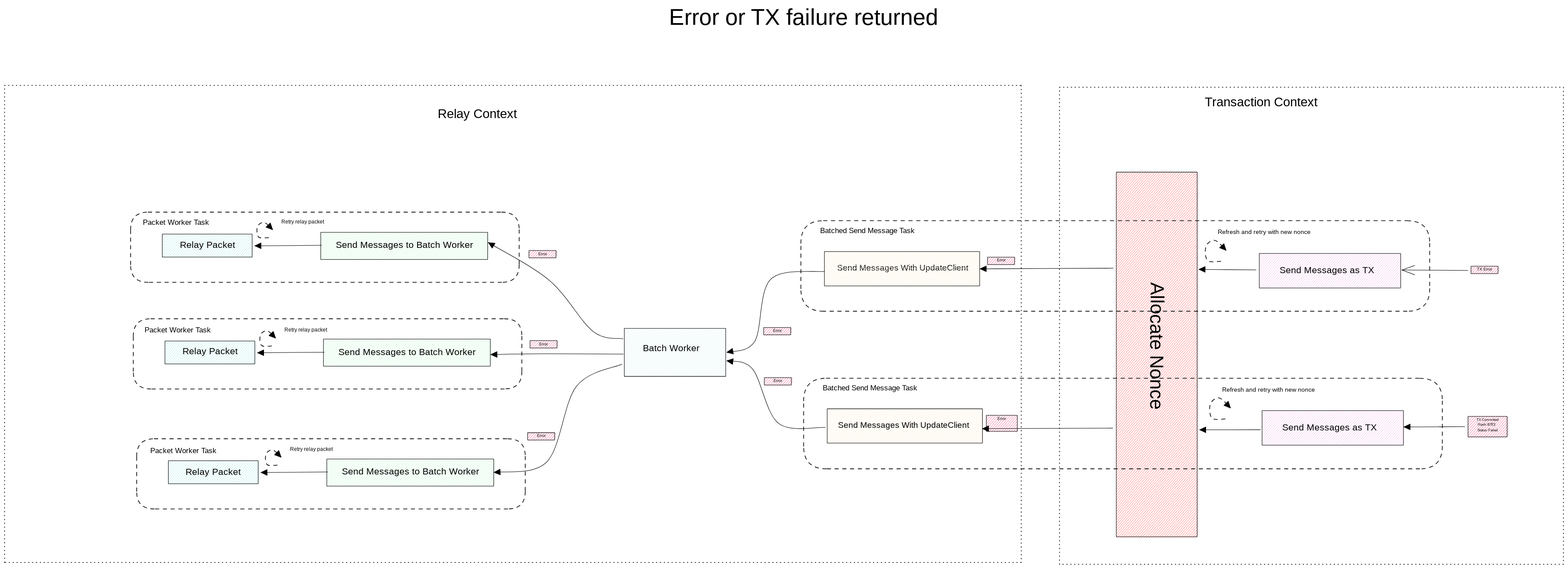
Above: docs/architecture/assets/concurrency-architecture-4.svg in informalsystems/hermes (Excalidraw), before the change. Source tidied: one line per element, renumbered; positions are measured from the earlier drawing's top-left corner, leaving out a move shared by most shapes. Source of this version:
```json
{"id": 0, "type": "rectangle", "strokeColor": "#000000", "backgroundColor": "#e64980", "fillStyle": "hachure", "strokeWidth": 1, "roughness": 0, "x": 1150, "y": 539, "width": 59, "height": 16}
{"id": 1, "type": "rectangle", "strokeColor": "#000000", "backgroundColor": "#e64980", "fillStyle": "hachure", "strokeWidth": 1, "roughness": 0, "x": 1152, "y": 737, "width": 59, "height": 16}
{"id": 2, "type": "rectangle", "strokeColor": "#000000", "backgroundColor": "#e64980", "fillStyle": "hachure", "strokeWidth": 1, "roughness": 0, "x": 1147, "y": 938, "width": 59, "height": 16}
{"id": 3, "type": "rectangle", "strokeColor": "#000000", "backgroundColor": "#e64980", "fillStyle": "hachure", "strokeWidth": 1, "roughness": 0, "x": 1666, "y": 818, "width": 59, "height": 16}
{"id": 4, "type": "rectangle", "strokeColor": "#000000", "backgroundColor": "#e64980", "fillStyle": "hachure", "strokeWidth": 1, "roughness": 0, "x": 1665, "y": 708, "width": 59, "height": 16}
{"id": 5, "type": "rectangle", "strokeColor": "#000000", "backgroundColor": "#e64980", "fillStyle": "hachure", "strokeWidth": 1, "roughness": 0, "x": 2156, "y": 554, "width": 59, "height": 16}
{"id": 6, "type": "rectangle", "strokeColor": "#000000", "backgroundColor": "#e64980", "fillStyle": "hachure", "strokeWidth": 1, "roughness": 0, "x": 2153, "y": 900, "width": 68, "height": 35}
{"id": 7, "type": "rectangle", "strokeColor": "#000000", "backgroundColor": "#e64980", "fillStyle": "hachure", "strokeWidth": 1, "roughness": 0, "x": 3210, "y": 903, "width": 86, "height": 45}
{"id": 8, "type": "rectangle", "strokeColor": "#000000", "backgroundColor": "#e64980", "fillStyle": "hachure", "strokeWidth": 1, "roughness": 0, "x": 3216, "y": 573, "width": 59, "height": 16}
{"id": 9, "type": "rectangle", "strokeColor": "#000000", "backgroundColor": "#eeb5eb", "fillStyle": "hachure", "strokeWidth": 1, "roughness": 0, "x": 2758, "y": 890, "width": 310, "height": 76}
{"id": 10, "type": "rectangle", "strokeColor": "#000000", "backgroundColor": "#eeb5eb", "fillStyle": "hachure", "strokeWidth": 1, "roughness": 0, "x": 2752, "y": 545, "width": 310, "height": 76}
{"id": 11, "type": "rectangle", "strokeColor": "#000000", "backgroundColor": "#fa5252", "fillStyle": "hachure", "strokeWidth": 1, "roughness": 0, "x": 2438, "y": 367, "width": 177, "height": 799}
{"id": 12, "type": "rectangle", "strokeColor": "#000000", "backgroundColor": "#d4f1f4", "fillStyle": "hachure", "strokeWidth": 1, "roughness": 0, "x": 1359, "y": 710, "width": 222, "height": 105}
{"id": 13, "type": "rectangle", "strokeColor": "#000000", "backgroundColor": "#a0e7e5", "fillStyle": "hachure", "strokeWidth": 1, "roughness": 0, "x": 346, "y": 503, "width": 197, "height": 50}
{"id": 14, "type": "rectangle", "strokeColor": "#000000", "backgroundColor": "#a0e7e5", "fillStyle": "hachure", "strokeWidth": 1, "roughness": 0, "x": 352, "y": 737, "width": 197, "height": 50}
{"id": 15, "type": "rectangle", "strokeColor": "#000000", "backgroundColor": "#a0e7e5", "fillStyle": "hachure", "strokeWidth": 1, "roughness": 0, "x": 359, "y": 1000, "width": 197, "height": 50}
{"id": 16, "type": "rectangle", "strokeColor": "#000000", "backgroundColor": "#b4f8c8", "fillStyle": "hachure", "strokeWidth": 1, "roughness": 0, "x": 707, "y": 996, "width": 366, "height": 60}
{"id": 17, "type": "rectangle", "strokeColor": "#000000", "backgroundColor": "#b4f8c8", "fillStyle": "hachure", "strokeWidth": 1, "roughness": 0, "x": 699, "y": 733, "width": 366, "height": 60}
{"id": 18, "type": "rectangle", "strokeColor": "#000000", "backgroundColor": "#b4f8c8", "fillStyle": "hachure", "strokeWidth": 1, "roughness": 0, "x": 693, "y": 499, "width": 366, "height": 60}
{"id": 19, "type": "text", "text": "Relay Context", "strokeColor": "#000000", "strokeWidth": 1, "roughness": 0, "fontSize": 28, "fontFamily": 1, "textAlign": "center", "x": 938, "y": 224, "width": 199, "height": 35}
{"id": 20, "type": "text", "text": "Transaction Context", "strokeColor": "#000000", "strokeWidth": 1, "strokeStyle": "dashed", "roughness": 0, "fontSize": 28, "fontFamily": 1, "textAlign": "center", "x": 2611, "y": 198, "width": 290, "height": 35}
{"id": 21, "type": "text", "text": "Relay Packet", "strokeColor": "#000000", "backgroundColor": "#a0e7e5", "fillStyle": "hachure", "strokeWidth": 1, "strokeStyle": "dashed", "roughness": 0, "fontSize": 20, "fontFamily": 1, "textAlign": "center", "x": 378, "y": 517, "width": 133, "height": 25}
{"id": 22, "type": "text", "text": "Send Messages to Batch Worker", "strokeColor": "#000000", "backgroundColor": "#b4f8c8", "fillStyle": "hachure", "strokeWidth": 1, "roughness": 0, "fontSize": 20, "fontFamily": 1, "textAlign": "center", "x": 715, "y": 517, "width": 324, "height": 25}
{"id": 23, "type": "rectangle", "strokeColor": "#000000", "strokeWidth": 1, "strokeStyle": "dashed", "roughness": 0, "x": 276, "y": 455, "width": 852, "height": 154}
{"id": 24, "type": "arrow", "strokeColor": "#000000", "strokeWidth": 1, "roughness": 0, "startArrowhead": "triangle", "from": 13, "x": 549, "y": 529, "width": 146, "height": 1, "points": [[0, 0], [146, -1]]}
{"id": 25, "type": "text", "text": "Relay Packet", "strokeColor": "#000000", "backgroundColor": "#a0e7e5", "fillStyle": "hachure", "strokeWidth": 1, "strokeStyle": "dashed", "roughness": 0, "fontSize": 20, "fontFamily": 1, "textAlign": "center", "x": 384, "y": 750, "width": 133, "height": 25}
{"id": 26, "type": "text", "text": "Send Messages to Batch Worker", "strokeColor": "#000000", "backgroundColor": "#b4f8c8", "fillStyle": "hachure", "strokeWidth": 1, "roughness": 0, "fontSize": 20, "fontFamily": 1, "textAlign": "center", "x": 721, "y": 751, "width": 324, "height": 25}
{"id": 27, "type": "rectangle", "strokeColor": "#000000", "strokeWidth": 1, "strokeStyle": "dashed", "roughness": 0, "x": 282, "y": 689, "width": 852, "height": 154}
{"id": 28, "type": "arrow", "strokeColor": "#000000", "strokeWidth": 1, "roughness": 0, "startArrowhead": "triangle", "from": 14, "x": 555, "y": 763, "width": 146, "height": 1, "points": [[0, 0], [146, -1]]}
{"id": 29, "type": "text", "text": "Relay Packet", "strokeColor": "#000000", "backgroundColor": "#a0e7e5", "fillStyle": "hachure", "strokeWidth": 1, "strokeStyle": "dashed", "roughness": 0, "fontSize": 20, "fontFamily": 1, "textAlign": "center", "x": 392, "y": 1014, "width": 133, "height": 25}
{"id": 30, "type": "text", "text": "Send Messages to Batch Worker", "strokeColor": "#000000", "backgroundColor": "#b4f8c8", "fillStyle": "hachure", "strokeWidth": 1, "roughness": 0, "fontSize": 20, "fontFamily": 1, "textAlign": "center", "x": 728, "y": 1013, "width": 324, "height": 25}
{"id": 31, "type": "rectangle", "strokeColor": "#000000", "strokeWidth": 1, "strokeStyle": "dashed", "roughness": 0, "x": 290, "y": 952, "width": 852, "height": 154}
{"id": 32, "type": "arrow", "strokeColor": "#000000", "strokeWidth": 1, "roughness": 0, "startArrowhead": "triangle", "from": 15, "x": 562, "y": 1026, "width": 146, "height": 1, "points": [[0, 0], [146, -1]]}
{"id": 33, "type": "text", "text": "Packet Worker Task", "strokeColor": "#000000", "strokeWidth": 1, "roughness": 0, "fontSize": 16, "fontFamily": 1, "textAlign": "center", "x": 294, "y": 469, "width": 164, "height": 20}
{"id": 34, "type": "text", "text": "Packet Worker Task", "strokeColor": "#000000", "strokeWidth": 1, "roughness": 0, "fontSize": 16, "fontFamily": 1, "textAlign": "center", "x": 297, "y": 705, "width": 164, "height": 20}
{"id": 35, "type": "text", "text": "Packet Worker Task", "strokeColor": "#000000", "strokeWidth": 1, "roughness": 0, "fontSize": 16, "fontFamily": 1, "textAlign": "center", "x": 310, "y": 970, "width": 164, "height": 20}
{"id": 36, "type": "text", "text": "Batch Worker", "strokeColor": "#000000", "backgroundColor": "#d4f1f4", "fillStyle": "hachure", "strokeWidth": 1, "roughness": 0, "fontSize": 20, "fontFamily": 1, "textAlign": "center", "x": 1395, "y": 742, "width": 135, "height": 25}
{"id": 37, "type": "arrow", "strokeColor": "#000000", "strokeWidth": 1, "roughness": 0, "startArrowhead": "triangle", "from": 18, "to": 12, "x": 1061, "y": 522, "width": 295, "height": 211, "points": [[0, 0], [134, 83], [229, 194], [295, 211]]}
{"id": 38, "type": "arrow", "strokeColor": "#000000", "strokeWidth": 1, "roughness": 0, "startArrowhead": "triangle", "from": 17, "to": 12, "x": 1067, "y": 767, "width": 291, "height": 2, "points": [[0, 0], [111, -2], [291, -1]]}
{"id": 39, "type": "arrow", "strokeColor": "#000000", "strokeWidth": 1, "roughness": 0, "startArrowhead": "triangle", "from": 16, "to": 12, "x": 1074, "y": 1026, "width": 281, "height": 237, "points": [[0, 0], [116, -24], [180, -188], [281, -237]]}
{"id": 40, "type": "text", "text": "Send Messages With UpdateClient", "strokeColor": "#000000", "backgroundColor": "#fbe7c6", "fillStyle": "hachure", "strokeWidth": 1, "roughness": 0, "fontSize": 17.69, "fontFamily": 1, "textAlign": "center", "x": 1822, "y": 568, "width": 296, "height": 22}
{"id": 41, "type": "rectangle", "strokeColor": "#000000", "backgroundColor": "#fbe7c6", "fillStyle": "hachure", "strokeWidth": 1, "roughness": 0, "x": 1798, "y": 542, "width": 340, "height": 75}
{"id": 42, "type": "rectangle", "strokeColor": "#000000", "strokeWidth": 1, "strokeStyle": "dashed", "roughness": 0, "x": 1746, "y": 474, "width": 1379, "height": 199}
{"id": 43, "type": "rectangle", "strokeColor": "#000000", "strokeWidth": 1, "strokeStyle": "dotted", "roughness": 0, "x": 0, "y": 177, "width": 2230, "height": 1046}
{"id": 44, "type": "text", "text": "Batched Send Message Task", "strokeColor": "#000000", "strokeWidth": 1, "strokeStyle": "dotted", "roughness": 0, "fontSize": 16, "fontFamily": 1, "textAlign": "center", "x": 1776, "y": 487, "width": 232, "height": 20}
{"id": 45, "type": "text", "text": "Allocate Nonce", "strokeColor": "#000000", "angle": 1.58, "backgroundColor": "#ced4da", "fillStyle": "hachure", "strokeWidth": 1, "roughness": 0, "fontSize": 41.55, "fontFamily": 1, "textAlign": "center", "x": 2372, "y": 722, "width": 302, "height": 52}
{"id": 46, "type": "text", "text": "Send Messages as TX", "strokeColor": "#000000", "backgroundColor": "#eeb5eb", "fillStyle": "hachure", "strokeWidth": 1, "roughness": 0, "fontSize": 20, "fontFamily": 1, "textAlign": "center", "x": 2790, "y": 572, "width": 221, "height": 25}
{"id": 47, "type": "rectangle", "strokeColor": "#000000", "backgroundColor": "#fbe7c6", "fillStyle": "hachure", "strokeWidth": 1, "roughness": 0, "x": 1804, "y": 886, "width": 340, "height": 75}
{"id": 48, "type": "rectangle", "strokeColor": "#000000", "strokeWidth": 1, "strokeStyle": "dashed", "roughness": 0, "x": 1753, "y": 819, "width": 1401, "height": 199}
{"id": 49, "type": "text", "text": "Batched Send Message Task", "strokeColor": "#000000", "strokeWidth": 1, "strokeStyle": "dotted", "roughness": 0, "fontSize": 16, "fontFamily": 1, "textAlign": "center", "x": 1782, "y": 832, "width": 232, "height": 20}
{"id": 50, "type": "text", "text": "Send Messages as TX", "strokeColor": "#000000", "backgroundColor": "#eeb5eb", "fillStyle": "hachure", "strokeWidth": 1, "roughness": 0, "fontSize": 20, "fontFamily": 1, "textAlign": "center", "x": 2796, "y": 917, "width": 221, "height": 25}
{"id": 51, "type": "arrow", "strokeColor": "#000000", "strokeWidth": 1, "roughness": 0, "startArrowhead": "triangle", "from": 12, "x": 1584, "y": 762, "width": 214, "height": 178, "points": [[0, 0], [61, -24], [96, -160], [214, -178]]}
{"id": 52, "type": "arrow", "strokeColor": "#000000", "strokeWidth": 1, "roughness": 0, "startArrowhead": "triangle", "from": 12, "to": 47, "x": 1584, "y": 781, "width": 216, "height": 146, "points": [[0, 0], [57, 18], [113, 137], [216, 146]]}
{"id": 53, "type": "arrow", "strokeColor": "#000000", "strokeWidth": 1, "roughness": 0, "startArrowhead": "triangle", "from": 41, "to": 11, "x": 2140, "y": 579, "width": 292, "height": 1, "points": [[0, 0], [292, -1]]}
{"id": 54, "type": "arrow", "strokeColor": "#000000", "strokeWidth": 1, "roughness": 0, "startArrowhead": "triangle", "from": 47, "to": 11, "x": 2145, "y": 930, "width": 286, "height": 1, "points": [[0, 0], [286, -1]]}
{"id": 55, "type": "arrow", "strokeColor": "#000000", "strokeWidth": 1, "roughness": 0, "startArrowhead": "triangle", "from": 11, "to": 10, "x": 2620, "y": 580, "width": 125, "height": 1, "points": [[0, 0], [125, 1]]}
{"id": 56, "type": "arrow", "strokeColor": "#000000", "strokeWidth": 1, "roughness": 0, "startArrowhead": "triangle", "from": 11, "to": 9, "x": 2621, "y": 932, "width": 133, "height": 0, "points": [[0, 0], [133, 0]]}
{"id": 57, "type": "arrow", "strokeColor": "#000000", "strokeWidth": 1, "roughness": 0, "startArrowhead": "arrow", "from": 10, "to": 8, "x": 3065, "y": 582, "width": 145, "height": 1, "points": [[0, 0], [145, 1]]}
{"id": 58, "type": "arrow", "strokeColor": "#000000", "strokeWidth": 1, "roughness": 0, "startArrowhead": "triangle", "from": 9, "to": 7, "x": 3069, "y": 926, "width": 133, "height": 1, "points": [[0, 0], [133, -1]]}
{"id": 59, "type": "text", "text": "TX Error", "strokeColor": "#000000", "strokeWidth": 1, "roughness": 0, "fontSize": 8.7, "fontFamily": 1, "textAlign": "center", "x": 3226, "y": 576, "width": 40, "height": 11}
{"id": 60, "type": "rectangle", "strokeColor": "#000000", "strokeWidth": 1, "strokeStyle": "dotted", "roughness": 0, "x": 2314, "y": 181, "width": 1105, "height": 1046}
{"id": 61, "type": "text", "text": "TX Committed", "strokeColor": "#000000", "strokeWidth": 1, "roughness": 0, "fontSize": 7.84, "fontFamily": 1, "textAlign": "center", "x": 3224, "y": 907, "width": 56, "height": 10}
{"id": 62, "type": "text", "text": "Hash: B7E3", "strokeColor": "#000000", "strokeWidth": 1, "roughness": 0, "fontSize": 7.84, "fontFamily": 1, "textAlign": "center", "x": 3227, "y": 917, "width": 46, "height": 10}
{"id": 63, "type": "text", "text": "Error", "strokeColor": "#000000", "strokeWidth": 1, "roughness": 0, "fontSize": 8.7, "fontFamily": 1, "textAlign": "center", "x": 2174, "y": 556, "width": 24, "height": 11}
{"id": 64, "type": "text", "text": "Error", "strokeColor": "#000000", "strokeWidth": 1, "roughness": 0, "fontSize": 8.7, "fontFamily": 1, "textAlign": "center", "x": 2175, "y": 904, "width": 24, "height": 11}
{"id": 65, "type": "text", "text": "Send Messages With UpdateClient", "strokeColor": "#000000", "backgroundColor": "#fbe7c6", "fillStyle": "hachure", "strokeWidth": 1, "roughness": 0, "fontSize": 17.69, "fontFamily": 1, "textAlign": "center", "x": 1823, "y": 912, "width": 296, "height": 22}
{"id": 66, "type": "text", "text": "Status: Failed", "strokeColor": "#000000", "strokeWidth": 1, "roughness": 0, "fontSize": 7.84, "fontFamily": 1, "textAlign": "center", "x": 3223, "y": 930, "width": 58, "height": 10}
{"id": 67, "type": "arrow", "strokeColor": "#000000", "backgroundColor": "#ffaebc", "fillStyle": "hachure", "strokeWidth": 1, "strokeStyle": "dashed", "roughness": 0, "endArrowhead": "triangle", "x": 2668, "y": 563, "width": 44, "height": 46, "points": [[0, 0], [-29, -2], [-33, -33], [-13, -46], [11, -24]]}
{"id": 68, "type": "text", "text": "Refresh and retry with new nonce", "strokeColor": "#000000", "backgroundColor": "#ffaebc", "fillStyle": "hachure", "strokeWidth": 1, "strokeStyle": "dashed", "roughness": 0, "fontSize": 13.43, "fontFamily": 1, "textAlign": "center", "x": 2652, "y": 492, "width": 222, "height": 17}
{"id": 69, "type": "arrow", "strokeColor": "#000000", "backgroundColor": "#ffaebc", "fillStyle": "hachure", "strokeWidth": 1, "strokeStyle": "dashed", "roughness": 0, "endArrowhead": "triangle", "x": 2677, "y": 908, "width": 44, "height": 46, "points": [[0, 0], [-29, -2], [-33, -33], [-13, -46], [11, -24]]}
{"id": 70, "type": "text", "text": "Refresh and retry with new nonce", "strokeColor": "#000000", "backgroundColor": "#ffaebc", "fillStyle": "hachure", "strokeWidth": 1, "strokeStyle": "dashed", "roughness": 0, "fontSize": 13.43, "fontFamily": 1, "textAlign": "center", "x": 2662, "y": 838, "width": 222, "height": 17}
{"id": 71, "type": "text", "text": "Error", "strokeColor": "#000000", "backgroundColor": "#e64980", "fillStyle": "hachure", "strokeWidth": 1, "roughness": 0, "fontSize": 8.7, "fontFamily": 1, "textAlign": "center", "x": 1683, "y": 710, "width": 24, "height": 11}
{"id": 72, "type": "text", "text": "Error", "strokeColor": "#000000", "backgroundColor": "#e64980", "fillStyle": "hachure", "strokeWidth": 1, "roughness": 0, "fontSize": 8.7, "fontFamily": 1, "textAlign": "center", "x": 1684, "y": 820, "width": 24, "height": 11}
{"id": 73, "type": "text", "text": "Error", "strokeColor": "#000000", "strokeWidth": 1, "roughness": 0, "fontSize": 8.7, "fontFamily": 1, "textAlign": "center", "x": 1168, "y": 543, "width": 24, "height": 11}
{"id": 74, "type": "text", "text": "Error", "strokeColor": "#000000", "strokeWidth": 1, "roughness": 0, "fontSize": 8.7, "fontFamily": 1, "textAlign": "center", "x": 1170, "y": 740, "width": 24, "height": 11}
{"id": 75, "type": "text", "text": "Error", "strokeColor": "#000000", "strokeWidth": 1, "roughness": 0, "fontSize": 8.7, "fontFamily": 1, "textAlign": "center", "x": 1165, "y": 941, "width": 24, "height": 11}
{"id": 76, "type": "arrow", "strokeColor": "#000000", "backgroundColor": "#ffaebc", "fillStyle": "hachure", "strokeWidth": 1, "strokeStyle": "dashed", "roughness": 0, "endArrowhead": "triangle", "to": 77, "x": 606, "y": 1022, "width": 33, "height": 33, "points": [[-8, -13], [-30, -14], [-33, -36], [-18, -46], [1, -30]]}
{"id": 77, "type": "text", "text": "Retry relay packet", "strokeColor": "#000000", "backgroundColor": "#ffaebc", "fillStyle": "hachure", "strokeWidth": 1, "strokeStyle": "dashed", "roughness": 0, "fontSize": 11.37, "fontFamily": 1, "textAlign": "center", "x": 619, "y": 968, "width": 108, "height": 14}
{"id": 78, "type": "arrow", "strokeColor": "#000000", "backgroundColor": "#ffaebc", "fillStyle": "hachure", "strokeWidth": 1, "strokeStyle": "dashed", "roughness": 0, "endArrowhead": "triangle", "to": 79, "x": 586, "y": 748, "width": 33, "height": 33, "points": [[0, 0], [-22, -1], [-25, -24], [-10, -33], [8, -18]]}
{"id": 79, "type": "text", "text": "Retry relay packet", "strokeColor": "#000000", "backgroundColor": "#ffaebc", "fillStyle": "hachure", "strokeWidth": 1, "strokeStyle": "dashed", "roughness": 0, "fontSize": 11.37, "fontFamily": 1, "textAlign": "center", "x": 607, "y": 707, "width": 108, "height": 14}
{"id": 80, "type": "arrow", "strokeColor": "#000000", "backgroundColor": "#ffaebc", "fillStyle": "hachure", "strokeWidth": 1, "strokeStyle": "dashed", "roughness": 0, "endArrowhead": "triangle", "to": 81, "x": 579, "y": 511, "width": 33, "height": 33, "points": [[0, 0], [-22, -1], [-25, -24], [-10, -33], [8, -18]]}
{"id": 81, "type": "text", "text": "Retry relay packet", "strokeColor": "#000000", "backgroundColor": "#ffaebc", "fillStyle": "hachure", "strokeWidth": 1, "strokeStyle": "dashed", "roughness": 0, "fontSize": 11.37, "fontFamily": 1, "textAlign": "center", "x": 600, "y": 469, "width": 108, "height": 14}
{"id": 82, "type": "text", "text": "Error or TX failure returned", "strokeColor": "#000000", "strokeWidth": 1, "roughness": 0, "fontSize": 49.92, "fontFamily": 1, "x": 1457, "y": 0, "width": 711, "height": 63}
```
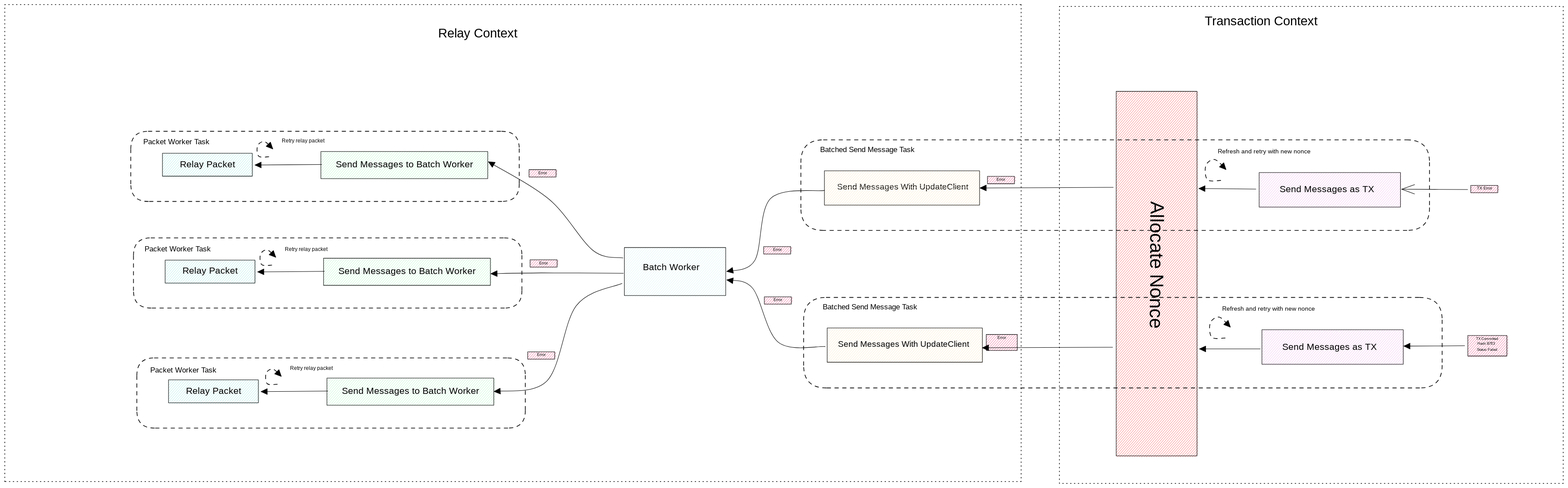
After the commit.

Commit message:
Drafting concurrency architecture

Diff of the diagram source:
```diff
@@ -80,4 +80,3 @@
 {"id": 79, "type": "text", "text": "Retry relay packet", "strokeColor": "#000000", "backgroundColor": "#ffaebc", "fillStyle": "hachure", "strokeWidth": 1, "strokeStyle": "dashed", "roughness": 0, "fontSize": 11.37, "fontFamily": 1, "textAlign": "center", "x": 607, "y": 707, "width": 108, "height": 14}
 {"id": 80, "type": "arrow", "strokeColor": "#000000", "backgroundColor": "#ffaebc", "fillStyle": "hachure", "strokeWidth": 1, "strokeStyle": "dashed", "roughness": 0, "endArrowhead": "triangle", "to": 81, "x": 579, "y": 511, "width": 33, "height": 33, "points": [[0, 0], [-22, -1], [-25, -24], [-10, -33], [8, -18]]}
 {"id": 81, "type": "text", "text": "Retry relay packet", "strokeColor": "#000000", "backgroundColor": "#ffaebc", "fillStyle": "hachure", "strokeWidth": 1, "strokeStyle": "dashed", "roughness": 0, "fontSize": 11.37, "fontFamily": 1, "textAlign": "center", "x": 600, "y": 469, "width": 108, "height": 14}
-{"id": 82, "type": "text", "text": "Error or TX failure returned", "strokeColor": "#000000", "strokeWidth": 1, "roughness": 0, "fontSize": 49.92, "fontFamily": 1, "x": 1457, "y": 0, "width": 711, "height": 63}
```
